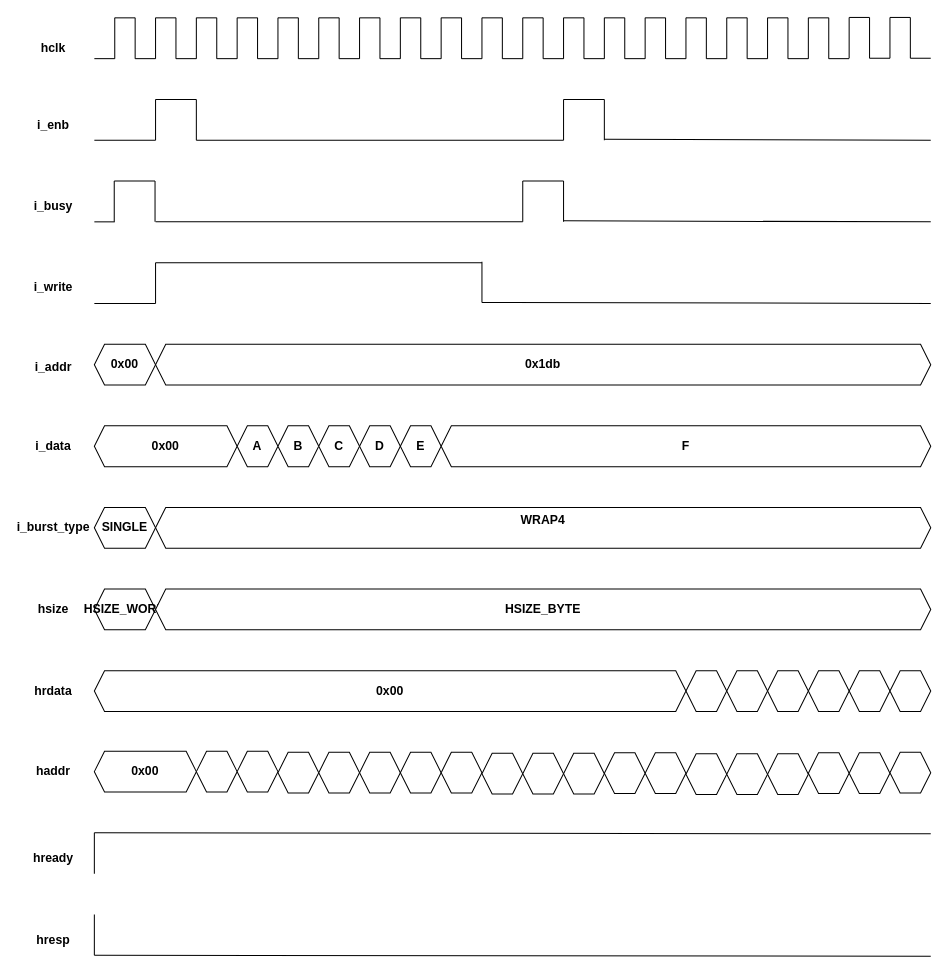
106210049/AMBA-AHB keeps this draw.io diagram as page "WRAP4" (16 of 18) of AMBA AHB.drawio. Above is the earlier version. Source tidied: cells renumbered, new cells numbered last; positions are measured from the earlier drawing's top-left corner, leaving out a move shared by most shapes. Both pictures are drawn from the tidied source at 102%, with x=0, y=0 at pixel (22, 17).
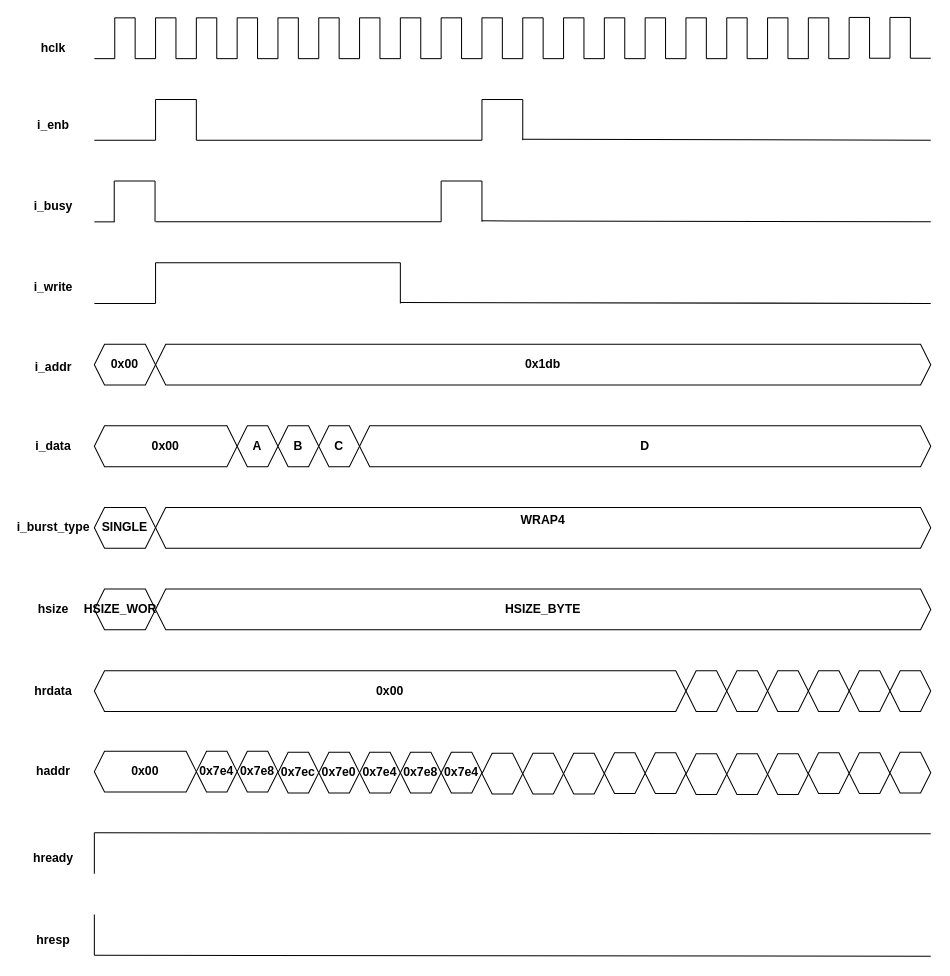
After the change.

The edit, as a diff of the source:
```diff
@@
     <mxCell id="82" style="endArrow=none;html=1;rounded=0;" parent="1" edge="1">
       <mxGeometry relative="1" as="geometry">
         <mxPoint x="170" y="120" as="sourcePoint" />
-        <mxPoint x="530" y="120" as="targetPoint" />
+        <mxPoint x="450" y="120" as="targetPoint" />
       </mxGeometry>
     </mxCell>
@@
     <mxCell id="91" value="&lt;div&gt;D&lt;/div&gt;" style="shape=hexagon;perimeter=hexagonPerimeter2;whiteSpace=wrap;html=1;shapeInside=1;fixedSize=1;size=10;fontStyle=1;" parent="1" vertex="1">
-      <mxGeometry x="330" y="400" width="40" height="40" as="geometry" />
+      <mxGeometry x="330" y="400" width="560" height="40" as="geometry" />
     </mxCell>
@@
     <mxCell id="97" style="endArrow=none;html=1;rounded=0;" parent="1" edge="1">
       <mxGeometry relative="1" as="geometry">
-        <mxPoint x="530" y="120" as="sourcePoint" />
-        <mxPoint x="530" y="80" as="targetPoint" />
+        <mxPoint x="450" y="120" as="sourcePoint" />
+        <mxPoint x="450" y="80" as="targetPoint" />
       </mxGeometry>
     </mxCell>
     <mxCell id="98" style="endArrow=none;html=1;rounded=0;" parent="1" edge="1">
       <mxGeometry relative="1" as="geometry">
-        <mxPoint x="530" y="80" as="sourcePoint" />
-        <mxPoint x="570" y="80" as="targetPoint" />
+        <mxPoint x="450" y="80" as="sourcePoint" />
+        <mxPoint x="490" y="80" as="targetPoint" />
       </mxGeometry>
     </mxCell>
     <mxCell id="99" style="endArrow=none;html=1;rounded=0;" parent="1" edge="1">
       <mxGeometry relative="1" as="geometry">
-        <mxPoint x="570" y="120" as="sourcePoint" />
-        <mxPoint x="570" y="80" as="targetPoint" />
+        <mxPoint x="490" y="120" as="sourcePoint" />
+        <mxPoint x="490" y="80" as="targetPoint" />
       </mxGeometry>
     </mxCell>
     <mxCell id="100" style="endArrow=none;html=1;rounded=0;" parent="1" edge="1">
       <mxGeometry relative="1" as="geometry">
         <mxPoint x="130" y="200" as="sourcePoint" />
-        <mxPoint x="490" y="200" as="targetPoint" />
+        <mxPoint x="410" y="200" as="targetPoint" />
       </mxGeometry>
     </mxCell>
@@
     <mxCell id="105" style="endArrow=none;html=1;rounded=0;" parent="1" edge="1">
       <mxGeometry relative="1" as="geometry">
-        <mxPoint x="490" y="200" as="sourcePoint" />
-        <mxPoint x="490" y="160" as="targetPoint" />
+        <mxPoint x="410" y="200" as="sourcePoint" />
+        <mxPoint x="410" y="160" as="targetPoint" />
       </mxGeometry>
     </mxCell>
     <mxCell id="106" style="endArrow=none;html=1;rounded=0;" parent="1" edge="1">
       <mxGeometry relative="1" as="geometry">
-        <mxPoint x="490" y="160" as="sourcePoint" />
-        <mxPoint x="530" y="160" as="targetPoint" />
+        <mxPoint x="410" y="160" as="sourcePoint" />
+        <mxPoint x="450" y="160" as="targetPoint" />
       </mxGeometry>
     </mxCell>
     <mxCell id="107" style="endArrow=none;html=1;rounded=0;" parent="1" edge="1">
       <mxGeometry relative="1" as="geometry">
-        <mxPoint x="530" y="200" as="sourcePoint" />
-        <mxPoint x="530" y="160" as="targetPoint" />
+        <mxPoint x="450" y="200" as="sourcePoint" />
+        <mxPoint x="450" y="160" as="targetPoint" />
       </mxGeometry>
     </mxCell>
     <mxCell id="108" style="endArrow=none;html=1;rounded=0;" parent="1" edge="1">
       <mxGeometry relative="1" as="geometry">
-        <mxPoint x="530" y="199" as="sourcePoint" />
+        <mxPoint x="450" y="199" as="sourcePoint" />
         <mxPoint x="890" y="200" as="targetPoint" />
       </mxGeometry>
     </mxCell>
     <mxCell id="109" style="endArrow=none;html=1;rounded=0;" parent="1" edge="1">
       <mxGeometry relative="1" as="geometry">
-        <mxPoint x="570" y="119" as="sourcePoint" />
+        <mxPoint x="490" y="119" as="sourcePoint" />
         <mxPoint x="890" y="120" as="targetPoint" />
       </mxGeometry>
     </mxCell>
@@
     <mxCell id="118" style="endArrow=none;html=1;rounded=0;" parent="1" edge="1">
       <mxGeometry relative="1" as="geometry">
         <mxPoint x="130" y="240" as="sourcePoint" />
-        <mxPoint x="450" y="240" as="targetPoint" />
+        <mxPoint x="370" y="240" as="targetPoint" />
       </mxGeometry>
     </mxCell>
     <mxCell id="119" style="endArrow=none;html=1;rounded=0;" parent="1" edge="1">
       <mxGeometry relative="1" as="geometry">
-        <mxPoint x="450" y="279" as="sourcePoint" />
-        <mxPoint x="450" y="239" as="targetPoint" />
+        <mxPoint x="370" y="280" as="sourcePoint" />
+        <mxPoint x="370" y="240" as="targetPoint" />
       </mxGeometry>
     </mxCell>
     <mxCell id="120" style="endArrow=none;html=1;rounded=0;" parent="1" edge="1">
       <mxGeometry relative="1" as="geometry">
-        <mxPoint x="450" y="279" as="sourcePoint" />
+        <mxPoint x="370" y="279" as="sourcePoint" />
         <mxPoint x="890" y="280" as="targetPoint" />
       </mxGeometry>
     </mxCell>
@@
-    <mxCell id="123" value="&lt;div&gt;&lt;br/&gt;&lt;/div&gt;" style="shape=hexagon;perimeter=hexagonPerimeter2;whiteSpace=wrap;html=1;shapeInside=1;fixedSize=1;size=10;fontStyle=1;" parent="1" vertex="1">
+    <mxCell id="123" value="&lt;div&gt;0x7e4&lt;/div&gt;" style="shape=hexagon;perimeter=hexagonPerimeter2;whiteSpace=wrap;html=1;shapeInside=1;fixedSize=1;size=10;fontStyle=1;" parent="1" vertex="1">
       <mxGeometry x="170" y="719" width="40" height="40" as="geometry" />
     </mxCell>
@@
-    <mxCell id="133" value="&lt;div&gt;&lt;br/&gt;&lt;/div&gt;" style="shape=hexagon;perimeter=hexagonPerimeter2;whiteSpace=wrap;html=1;shapeInside=1;fixedSize=1;size=10;fontStyle=1;" parent="1" vertex="1">
+    <mxCell id="133" value="&lt;div&gt;0x7e8&lt;/div&gt;" style="shape=hexagon;perimeter=hexagonPerimeter2;whiteSpace=wrap;html=1;shapeInside=1;fixedSize=1;size=10;fontStyle=1;" parent="1" vertex="1">
       <mxGeometry x="210" y="719" width="40" height="40" as="geometry" />
     </mxCell>
-    <mxCell id="134" value="&lt;div&gt;&lt;br/&gt;&lt;/div&gt;" style="shape=hexagon;perimeter=hexagonPerimeter2;whiteSpace=wrap;html=1;shapeInside=1;fixedSize=1;size=10;fontStyle=1;" parent="1" vertex="1">
+    <mxCell id="134" value="&lt;div&gt;0x7ec&lt;/div&gt;" style="shape=hexagon;perimeter=hexagonPerimeter2;whiteSpace=wrap;html=1;shapeInside=1;fixedSize=1;size=10;fontStyle=1;" parent="1" vertex="1">
       <mxGeometry x="250" y="720" width="40" height="40" as="geometry" />
     </mxCell>
-    <mxCell id="135" value="&lt;div&gt;&lt;br/&gt;&lt;/div&gt;" style="shape=hexagon;perimeter=hexagonPerimeter2;whiteSpace=wrap;html=1;shapeInside=1;fixedSize=1;size=10;fontStyle=1;" parent="1" vertex="1">
+    <mxCell id="135" value="&lt;div&gt;0x7e0&lt;/div&gt;" style="shape=hexagon;perimeter=hexagonPerimeter2;whiteSpace=wrap;html=1;shapeInside=1;fixedSize=1;size=10;fontStyle=1;" parent="1" vertex="1">
       <mxGeometry x="290" y="720" width="40" height="40" as="geometry" />
     </mxCell>
-    <mxCell id="136" value="&lt;div&gt;&lt;br/&gt;&lt;/div&gt;" style="shape=hexagon;perimeter=hexagonPerimeter2;whiteSpace=wrap;html=1;shapeInside=1;fixedSize=1;size=10;fontStyle=1;" parent="1" vertex="1">
+    <mxCell id="136" value="&lt;div style=&quot;&quot;&gt;0x7e4&lt;/div&gt;" style="shape=hexagon;perimeter=hexagonPerimeter2;whiteSpace=wrap;html=1;shapeInside=1;fixedSize=1;size=10;fontStyle=1;" parent="1" vertex="1">
       <mxGeometry x="330" y="720" width="40" height="40" as="geometry" />
     </mxCell>
@@
-    <mxCell id="145" value="E" style="shape=hexagon;perimeter=hexagonPerimeter2;whiteSpace=wrap;html=1;shapeInside=1;fixedSize=1;size=10;fontStyle=1;" parent="1" vertex="1">
-      <mxGeometry x="370" y="400" width="40" height="40" as="geometry" />
-    </mxCell>
-    <mxCell id="146" value="F" style="shape=hexagon;perimeter=hexagonPerimeter2;whiteSpace=wrap;html=1;shapeInside=1;fixedSize=1;size=10;fontStyle=1;" parent="1" vertex="1">
-      <mxGeometry x="410" y="400" width="480" height="40" as="geometry" />
-    </mxCell>
-    <mxCell id="147" value="&lt;div&gt;&lt;br/&gt;&lt;/div&gt;" style="shape=hexagon;perimeter=hexagonPerimeter2;whiteSpace=wrap;html=1;shapeInside=1;fixedSize=1;size=10;fontStyle=1;" parent="1" vertex="1">
+    <mxCell id="147" value="&lt;div style=&quot;&quot;&gt;0x7e8&lt;/div&gt;" style="shape=hexagon;perimeter=hexagonPerimeter2;whiteSpace=wrap;html=1;shapeInside=1;fixedSize=1;size=10;fontStyle=1;" parent="1" vertex="1">
       <mxGeometry x="370" y="720" width="40" height="40" as="geometry" />
     </mxCell>
-    <mxCell id="148" value="&lt;div&gt;&lt;br/&gt;&lt;/div&gt;" style="shape=hexagon;perimeter=hexagonPerimeter2;whiteSpace=wrap;html=1;shapeInside=1;fixedSize=1;size=10;fontStyle=1;" parent="1" vertex="1">
+    <mxCell id="148" value="&lt;div style=&quot;&quot;&gt;0x7e4&lt;/div&gt;" style="shape=hexagon;perimeter=hexagonPerimeter2;whiteSpace=wrap;html=1;shapeInside=1;fixedSize=1;size=10;fontStyle=1;" parent="1" vertex="1">
       <mxGeometry x="410" y="720" width="40" height="40" as="geometry" />
     </mxCell>
-    <mxCell id="149" value="&lt;div&gt;&lt;br/&gt;&lt;/div&gt;" style="shape=hexagon;perimeter=hexagonPerimeter2;whiteSpace=wrap;html=1;shapeInside=1;fixedSize=1;size=10;fontStyle=1;" parent="1" vertex="1">
+    <mxCell id="149" value="&lt;div&gt;&lt;br&gt;&lt;/div&gt;" style="shape=hexagon;perimeter=hexagonPerimeter2;whiteSpace=wrap;html=1;shapeInside=1;fixedSize=1;size=10;fontStyle=1;" parent="1" vertex="1">
       <mxGeometry x="450" y="721" width="40" height="40" as="geometry" />
     </mxCell>
```
